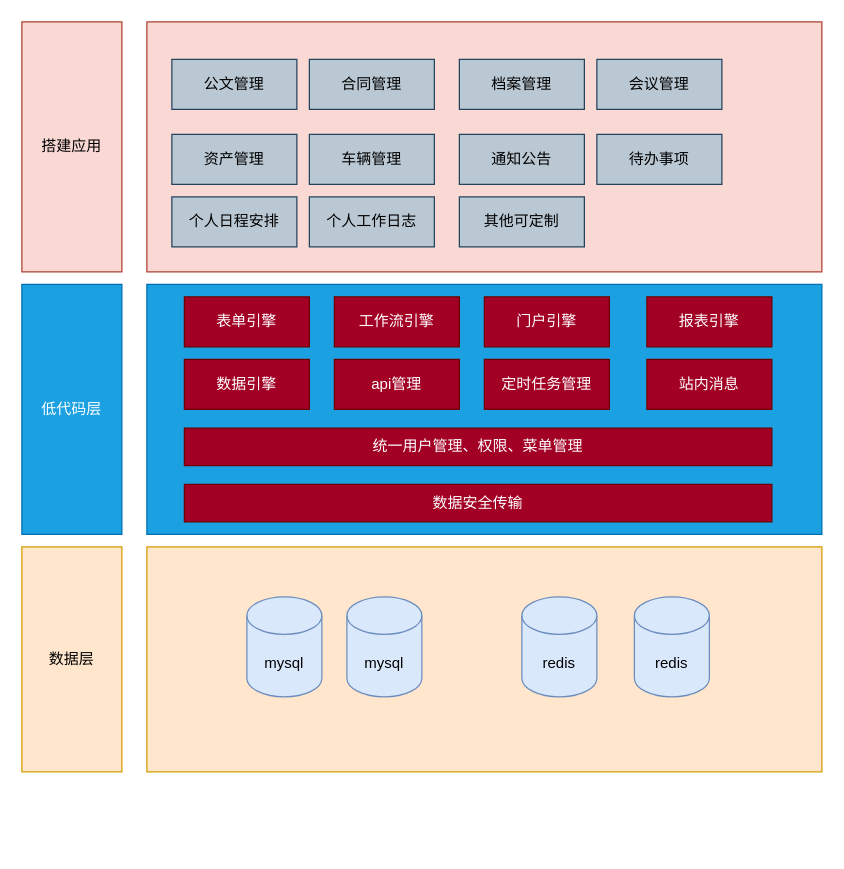
Before: 未命名绘图.drawio in zhangfengman/autoJs, a draw.io diagram. Source tidied: cells renumbered, new cells numbered last; positions are measured from the earlier drawing's top-left corner, leaving out a move shared by most shapes. Both pictures are drawn from the tidied source at 125%, with x=0, y=0 at pixel (21, 21).
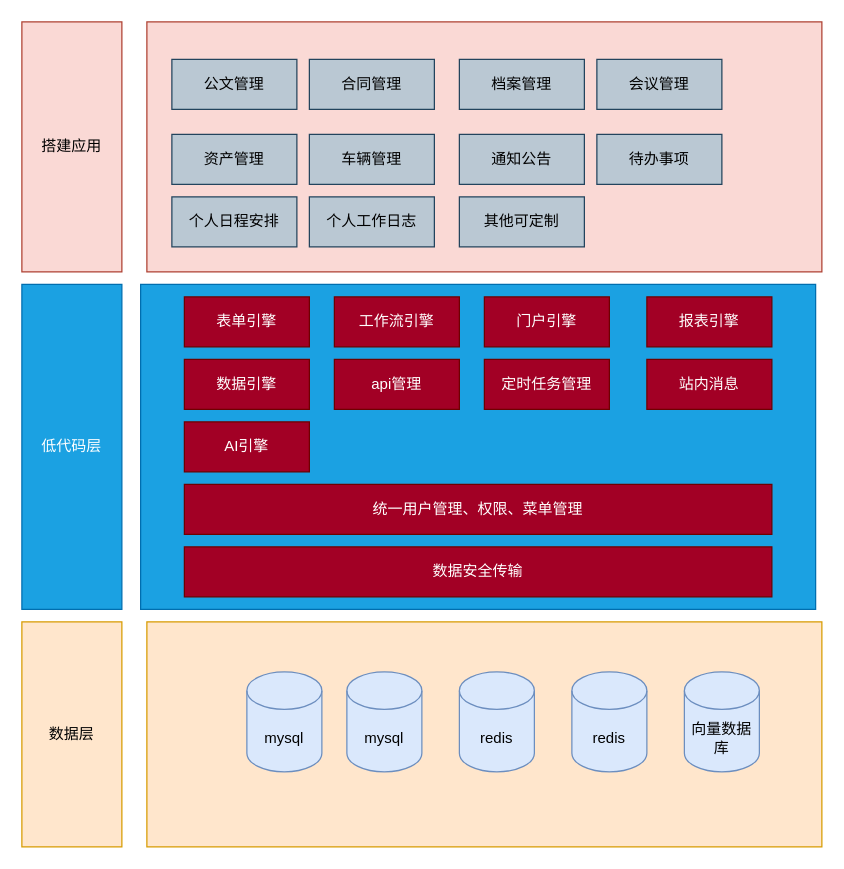
Above is the later version.

Commit message:
更新未命名绘图.drawio

The edit, as a diff of the source:
```diff
@@
     <mxCell id="2" value="数据层" style="rounded=0;whiteSpace=wrap;html=1;fillColor=#ffe6cc;strokeColor=#d79b00;" parent="1" vertex="1">
-      <mxGeometry y="420" width="80" height="180" as="geometry" />
+      <mxGeometry y="480" width="80" height="180" as="geometry" />
     </mxCell>
     <mxCell id="3" style="rounded=0;whiteSpace=wrap;html=1;fillColor=#ffe6cc;strokeColor=#d79b00;" parent="1" vertex="1">
-      <mxGeometry x="100" y="420" width="540" height="180" as="geometry" />
+      <mxGeometry x="100" y="480" width="540" height="180" as="geometry" />
     </mxCell>
     <mxCell id="4" value="低代码层" style="rounded=0;whiteSpace=wrap;html=1;fillColor=#1ba1e2;fontColor=#ffffff;strokeColor=#006EAF;" parent="1" vertex="1">
-      <mxGeometry y="210" width="80" height="200" as="geometry" />
+      <mxGeometry y="210" width="80" height="260" as="geometry" />
     </mxCell>
     <mxCell id="5" style="rounded=0;whiteSpace=wrap;html=1;fillColor=#1ba1e2;fontColor=#ffffff;strokeColor=#006EAF;" parent="1" vertex="1">
-      <mxGeometry x="100" y="210" width="540" height="200" as="geometry" />
+      <mxGeometry x="95" y="210" width="540" height="260" as="geometry" />
     </mxCell>
     <mxCell id="6" value="mysql" style="shape=cylinder3;whiteSpace=wrap;html=1;boundedLbl=1;backgroundOutline=1;size=15;fillColor=#dae8fc;strokeColor=#6c8ebf;" parent="1" vertex="1">
-      <mxGeometry x="180" y="460" width="60" height="80" as="geometry" />
+      <mxGeometry x="180" y="520" width="60" height="80" as="geometry" />
     </mxCell>
     <mxCell id="7" value="redis" style="shape=cylinder3;whiteSpace=wrap;html=1;boundedLbl=1;backgroundOutline=1;size=15;fillColor=#dae8fc;strokeColor=#6c8ebf;" parent="1" vertex="1">
-      <mxGeometry x="400" y="460" width="60" height="80" as="geometry" />
+      <mxGeometry x="350" y="520" width="60" height="80" as="geometry" />
     </mxCell>
     <mxCell id="8" value="mysql" style="shape=cylinder3;whiteSpace=wrap;html=1;boundedLbl=1;backgroundOutline=1;size=15;fillColor=#dae8fc;strokeColor=#6c8ebf;" parent="1" vertex="1">
-      <mxGeometry x="260" y="460" width="60" height="80" as="geometry" />
+      <mxGeometry x="260" y="520" width="60" height="80" as="geometry" />
     </mxCell>
     <mxCell id="9" value="redis" style="shape=cylinder3;whiteSpace=wrap;html=1;boundedLbl=1;backgroundOutline=1;size=15;fillColor=#dae8fc;strokeColor=#6c8ebf;" parent="1" vertex="1">
-      <mxGeometry x="490" y="460" width="60" height="80" as="geometry" />
+      <mxGeometry x="440" y="520" width="60" height="80" as="geometry" />
     </mxCell>
@@
     <mxCell id="18" value="统一用户管理、权限、菜单管理" style="rounded=0;whiteSpace=wrap;html=1;fillColor=#a20025;fontColor=#ffffff;strokeColor=#6F0000;" parent="1" vertex="1">
-      <mxGeometry x="130" y="325" width="470" height="30" as="geometry" />
+      <mxGeometry x="130" y="370" width="470" height="40" as="geometry" />
     </mxCell>
     <mxCell id="19" value="数据安全传输" style="rounded=0;whiteSpace=wrap;html=1;fillColor=#a20025;fontColor=#ffffff;strokeColor=#6F0000;" parent="1" vertex="1">
-      <mxGeometry x="130" y="370" width="470" height="30" as="geometry" />
+      <mxGeometry x="130" y="420" width="470" height="40" as="geometry" />
     </mxCell>
@@
+    <mxCell id="33" value="AI引擎" style="rounded=0;whiteSpace=wrap;html=1;fillColor=#a20025;fontColor=#ffffff;strokeColor=#6F0000;" parent="1" vertex="1">
+      <mxGeometry x="130" y="320" width="100" height="40" as="geometry" />
+    </mxCell>
+    <mxCell id="34" value="向量数据库" style="shape=cylinder3;whiteSpace=wrap;html=1;boundedLbl=1;backgroundOutline=1;size=15;fillColor=#dae8fc;strokeColor=#6c8ebf;" parent="1" vertex="1">
+      <mxGeometry x="530" y="520" width="60" height="80" as="geometry" />
+    </mxCell>
```
